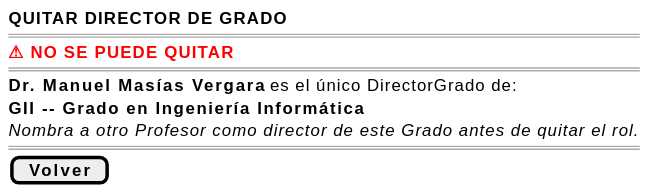
mmasias/pyCeldaPublico keeps this PlantUML diagram as images/RUP/01-requisitos/03-detalle-casos-uso/quitarDirectorPrograma/wireframe-bloqueada.svg. Above is the earlier version. Its diagram source:
```plantuml
@startsalt quitarDirectorGrado-wireframe-bloqueada
{
    <b>QUITAR DIRECTOR DE GRADO</b>
    ====
    <color:red><b>⚠ NO SE PUEDE QUITAR</b></color>
    ====
    <b>Dr. Manuel Masías Vergara</b> es el único DirectorGrado de:

    <b>GII -- Grado en Ingeniería Informática</b>

    <i>Nombra a otro Profesor como director de este Grado antes de quitar el rol.</i>
    ====
    [ <b>Volver</b> ]
}
@endsalt
```
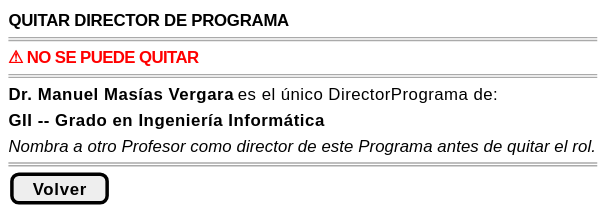
After the change.

Diff of the diagram source:
```diff
@@ -1,14 +1,14 @@
-@startsalt quitarDirectorGrado-wireframe-bloqueada
+@startsalt quitarDirectorPrograma-wireframe-bloqueada
 {
-    <b>QUITAR DIRECTOR DE GRADO</b>
+    <b>QUITAR DIRECTOR DE PROGRAMA</b>
     ====
     <color:red><b>⚠ NO SE PUEDE QUITAR</b></color>
     ====
-    <b>Dr. Manuel Masías Vergara</b> es el único DirectorGrado de:
+    <b>Dr. Manuel Masías Vergara</b> es el único DirectorPrograma de:
 
     <b>GII -- Grado en Ingeniería Informática</b>
 
-    <i>Nombra a otro Profesor como director de este Grado antes de quitar el rol.</i>
+    <i>Nombra a otro Profesor como director de este Programa antes de quitar el rol.</i>
     ====
     [ <b>Volver</b> ]
 }
```
